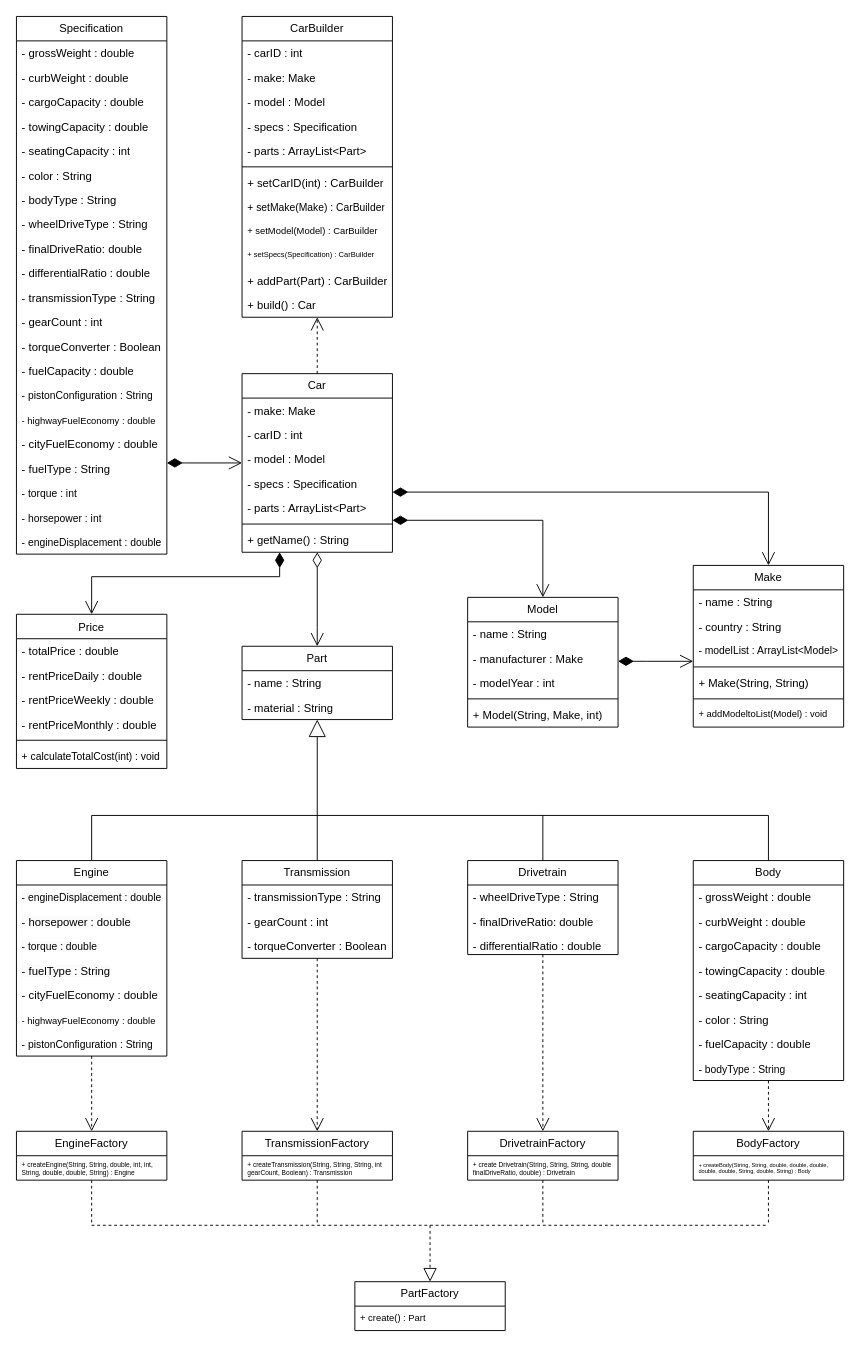
The draw.io diagram src/com/group5/Car/UML/Car_UML.drawio in TheHurricaneCat/CRMS---Add-Company-Name-Here-, before the edit. Source tidied: cells renumbered, new cells numbered last; positions are measured from the earlier drawing's top-left corner, leaving out a move shared by most shapes. Both pictures are drawn from the tidied source at 94%, with x=0, y=0 at pixel (16, 16).
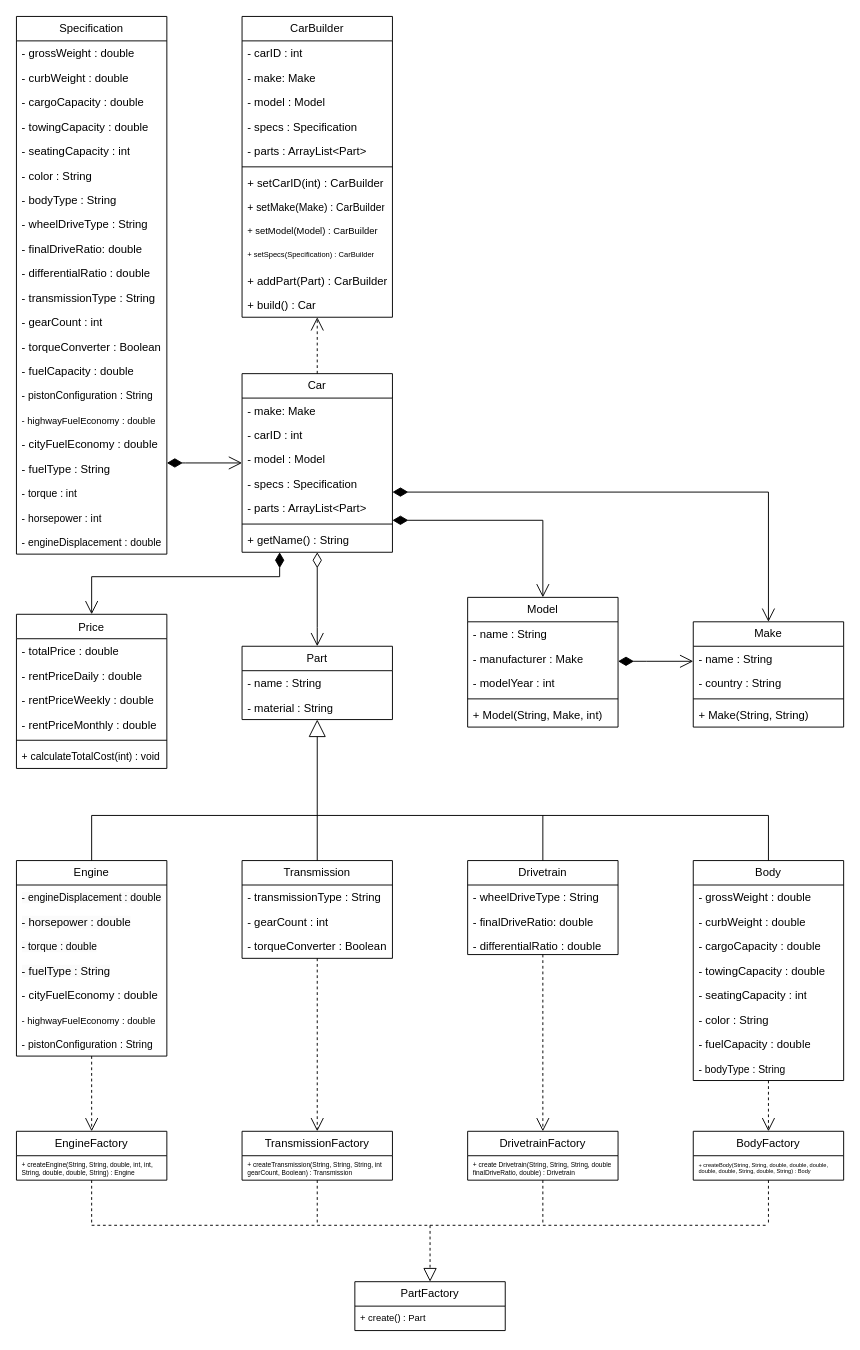
The same page after the edit.

Commit message:
Updated Car UML Diagram

Diff of the diagram source:
```diff
@@
     <mxCell id="10" value="Make" style="swimlane;fontStyle=0;horizontal=1;startSize=26;fillColor=none;whiteSpace=wrap;html=1;" parent="1" vertex="1">
-      <mxGeometry x="720" y="584" width="160" height="172" as="geometry" />
+      <mxGeometry x="720" y="644" width="160" height="112" as="geometry" />
     </mxCell>
@@
-    <mxCell id="13" value="- modelList : ArrayList&amp;lt;Model&amp;gt;" style="text;strokeColor=none;fillColor=none;align=left;verticalAlign=top;spacingLeft=4;spacingRight=4;overflow=hidden;whiteSpace=wrap;html=1;fontSize=11;" parent="10" vertex="1">
-      <mxGeometry y="78" width="160" height="26" as="geometry" />
-    </mxCell>
     <mxCell id="14" style="line;strokeWidth=1;fillColor=none;align=left;verticalAlign=middle;spacingTop=-1;spacingLeft=3;spacingRight=3;labelPosition=right;strokeColor=inherit;" parent="10" vertex="1">
-      <mxGeometry y="104" width="160" height="8" as="geometry" />
+      <mxGeometry y="78" width="160" height="8" as="geometry" />
     </mxCell>
     <mxCell id="15" value="+ Make(String, String)" style="text;strokeColor=none;fillColor=none;align=left;verticalAlign=top;spacingLeft=4;spacingRight=4;overflow=hidden;whiteSpace=wrap;html=1;" parent="10" vertex="1">
-      <mxGeometry y="112" width="160" height="26" as="geometry" />
+      <mxGeometry y="86" width="160" height="26" as="geometry" />
     </mxCell>
-    <mxCell id="16" style="line;strokeWidth=1;fillColor=none;align=left;verticalAlign=middle;spacingTop=-1;spacingLeft=3;spacingRight=3;labelPosition=right;strokeColor=inherit;" parent="10" vertex="1">
-      <mxGeometry y="138" width="160" height="8" as="geometry" />
-    </mxCell>
-    <mxCell id="17" value="+ addModeltoList(Model) : void" style="text;strokeColor=none;fillColor=none;align=left;verticalAlign=top;spacingLeft=4;spacingRight=4;overflow=hidden;whiteSpace=wrap;html=1;fontSize=10;" parent="10" vertex="1">
-      <mxGeometry y="146" width="160" height="26" as="geometry" />
-    </mxCell>
```
